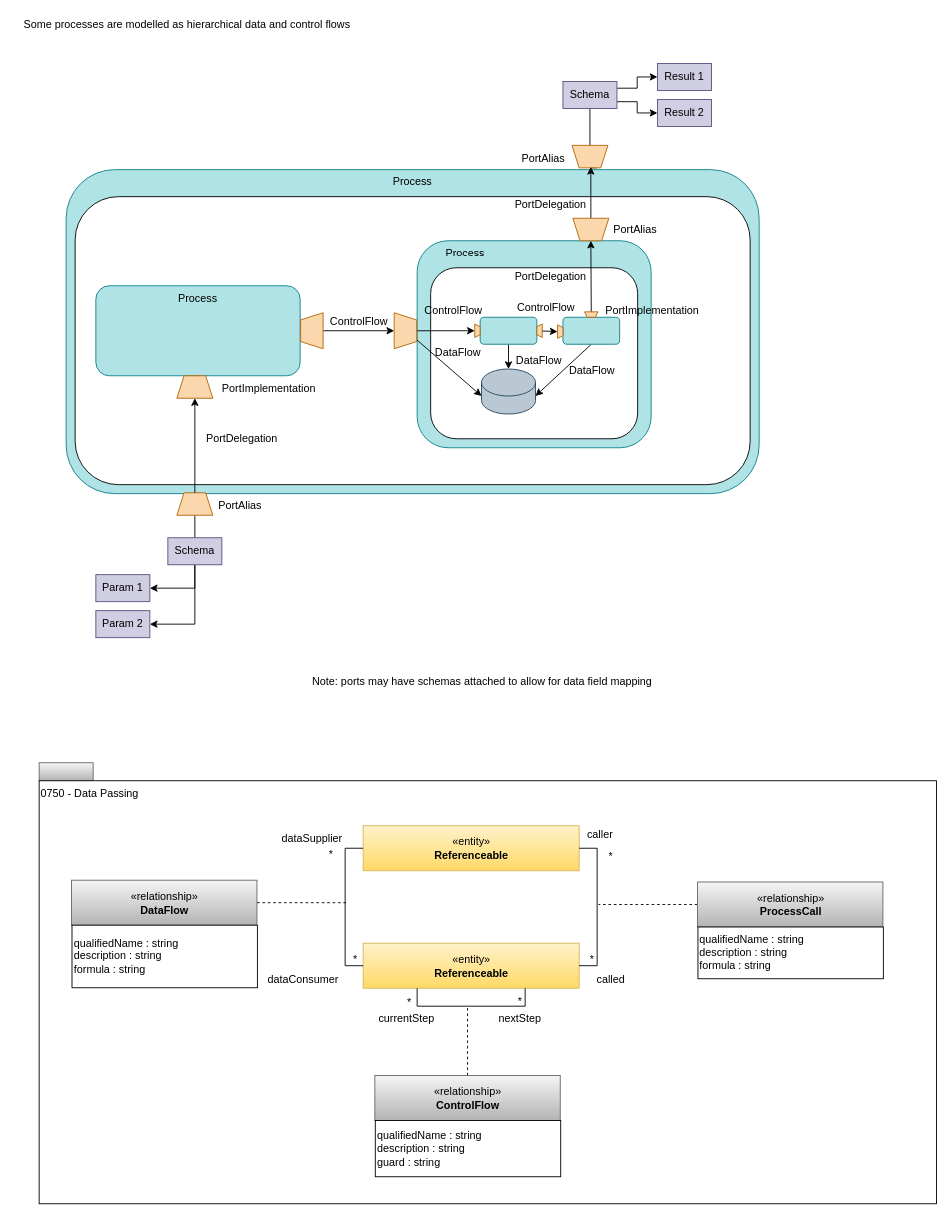
This is page "complex-processes" (5 of 12) of site/docs/features/lineage-management/lineage.drawio from odpi/egeria-docs, a draw.io file, before an edit. Source tidied: cells renumbered, new cells numbered last; positions are measured from the earlier drawing's top-left corner, leaving out a move shared by most shapes. Both pictures are drawn from the tidied source at 90%, with x=0, y=0 at pixel (15, 15).
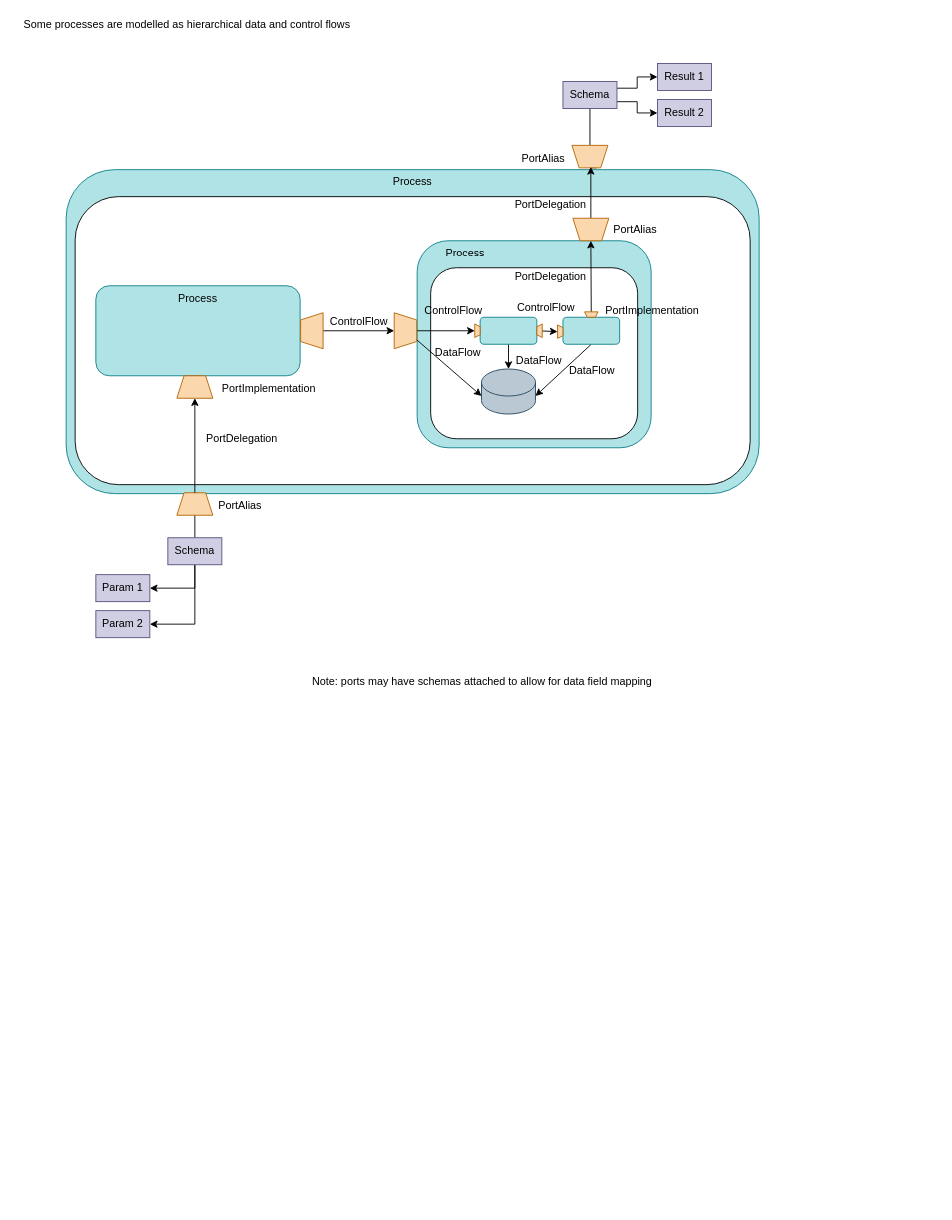
The same diagram, later.

What changed in the source:
```diff
@@
-    <mxCell id="59" style="rounded=0;whiteSpace=wrap;html=1;align=left;fillColor=#f5f5f5;strokeColor=#666666;gradientColor=#b3b3b3;" parent="1" vertex="1">
-      <mxGeometry x="26" y="830" width="60" height="20" as="geometry" />
-    </mxCell>
-    <mxCell id="60" value="0750 - Data Passing" style="rounded=0;whiteSpace=wrap;html=1;align=left;verticalAlign=top;" parent="1" vertex="1">
-      <mxGeometry x="26" y="850" width="997" height="470" as="geometry" />
-    </mxCell>
-    <mxCell id="61" value="«entity»&lt;br&gt;&lt;b&gt;Referenceable&lt;/b&gt;" style="html=1;strokeColor=#d6b656;align=center;fillColor=#fff2cc;gradientColor=#ffd966;" parent="1" vertex="1">
-      <mxGeometry x="386" y="900" width="240" height="50" as="geometry" />
-    </mxCell>
-    <mxCell id="62" style="edgeStyle=orthogonalEdgeStyle;rounded=0;html=1;exitX=1;exitY=0.5;dashed=1;endArrow=none;endFill=0;jettySize=auto;" parent="1" edge="1" source="63">
-      <mxGeometry relative="1" as="geometry">
-        <mxPoint x="368.5" y="985.5" as="targetPoint" />
-      </mxGeometry>
-    </mxCell>
-    <mxCell id="63" value="«relationship»&lt;br&gt;&lt;b&gt;DataFlow&lt;/b&gt;" style="html=1;strokeColor=#666666;align=center;fillColor=#f5f5f5;gradientColor=#b3b3b3;" parent="1" vertex="1">
-      <mxGeometry x="62" y="960.5" width="206" height="50" as="geometry" />
-    </mxCell>
-    <mxCell id="64" value="qualifiedName : string&lt;br&gt;description : string&lt;br&gt;formula : string" style="rounded=0;whiteSpace=wrap;html=1;strokeColor=#000000;gradientColor=#ffffff;align=left;" parent="1" vertex="1">
-      <mxGeometry x="62.5" y="1010.5" width="206" height="69.5" as="geometry" />
-    </mxCell>
-    <mxCell id="65" value="«entity»&lt;br&gt;&lt;b&gt;Referenceable&lt;/b&gt;" style="html=1;strokeColor=#d6b656;align=center;fillColor=#fff2cc;gradientColor=#ffd966;" parent="1" vertex="1">
-      <mxGeometry x="386" y="1030.5" width="240" height="50" as="geometry" />
-    </mxCell>
-    <mxCell id="66" style="edgeStyle=orthogonalEdgeStyle;rounded=0;html=1;exitX=0;exitY=0.5;entryX=0;entryY=0.5;endArrow=none;endFill=0;jettySize=auto;exitDx=0;exitDy=0;" parent="1" edge="1" source="65" target="61">
-      <mxGeometry relative="1" as="geometry" />
-    </mxCell>
-    <mxCell id="67" style="edgeStyle=orthogonalEdgeStyle;rounded=0;html=1;exitX=1;exitY=0.5;entryX=1;entryY=0.5;endArrow=none;endFill=0;jettySize=auto;exitDx=0;exitDy=0;" parent="1" edge="1" source="65" target="61">
-      <mxGeometry relative="1" as="geometry" />
-    </mxCell>
-    <mxCell id="68" style="edgeStyle=orthogonalEdgeStyle;rounded=0;html=1;exitX=0;exitY=0.5;endArrow=none;endFill=0;jettySize=auto;dashed=1;" parent="1" edge="1" source="69">
-      <mxGeometry relative="1" as="geometry">
-        <mxPoint x="647.5" y="987.5" as="targetPoint" />
-      </mxGeometry>
-    </mxCell>
-    <mxCell id="69" value="«relationship»&lt;br&gt;&lt;b&gt;ProcessCall&lt;/b&gt;" style="html=1;strokeColor=#666666;align=center;fillColor=#f5f5f5;gradientColor=#b3b3b3;" parent="1" vertex="1">
-      <mxGeometry x="757.5" y="962.5" width="206" height="50" as="geometry" />
-    </mxCell>
-    <mxCell id="70" value="qualifiedName : string&lt;br&gt;description : string&lt;br&gt;formula : string" style="rounded=0;whiteSpace=wrap;html=1;strokeColor=#000000;gradientColor=#ffffff;align=left;" parent="1" vertex="1">
-      <mxGeometry x="758" y="1012.5" width="206" height="57.5" as="geometry" />
-    </mxCell>
-    <mxCell id="71" value="dataSupplier" style="text;html=1;align=center;verticalAlign=top;spacingTop=-4;" parent="1" vertex="1">
-      <mxGeometry x="289" y="905" width="80" height="20" as="geometry" />
-    </mxCell>
-    <mxCell id="72" value="*" style="text;html=1;align=center;verticalAlign=top;spacingTop=-4;" parent="1" vertex="1">
-      <mxGeometry x="342" y="922" width="15" height="14" as="geometry" />
-    </mxCell>
-    <mxCell id="73" value="*" style="text;html=1;align=center;verticalAlign=top;spacingTop=-4;" parent="1" vertex="1">
-      <mxGeometry x="653.5" y="925" width="15" height="14" as="geometry" />
-    </mxCell>
-    <mxCell id="74" value="*" style="text;html=1;align=center;verticalAlign=top;spacingTop=-4;" parent="1" vertex="1">
-      <mxGeometry x="369" y="1038.5" width="15" height="14" as="geometry" />
-    </mxCell>
-    <mxCell id="75" value="*" style="text;html=1;align=center;verticalAlign=top;spacingTop=-4;" parent="1" vertex="1">
-      <mxGeometry x="632" y="1038.5" width="15" height="14" as="geometry" />
-    </mxCell>
-    <mxCell id="76" value="dataConsumer" style="text;html=1;align=center;verticalAlign=top;spacingTop=-4;" parent="1" vertex="1">
-      <mxGeometry x="274" y="1060.5" width="90" height="20" as="geometry" />
-    </mxCell>
-    <mxCell id="77" value="called" style="text;html=1;align=center;verticalAlign=top;spacingTop=-4;" parent="1" vertex="1">
-      <mxGeometry x="636" y="1060.5" width="50" height="20" as="geometry" />
-    </mxCell>
-    <mxCell id="78" value="caller" style="text;html=1;align=center;verticalAlign=top;spacingTop=-4;" parent="1" vertex="1">
-      <mxGeometry x="628.5" y="900" width="40" height="20" as="geometry" />
-    </mxCell>
-    <mxCell id="79" style="edgeStyle=orthogonalEdgeStyle;rounded=0;orthogonalLoop=1;jettySize=auto;html=1;exitX=0.25;exitY=1;exitDx=0;exitDy=0;entryX=0.75;entryY=1;entryDx=0;entryDy=0;endArrow=none;endFill=0;" parent="1" edge="1" source="65" target="65">
-      <mxGeometry relative="1" as="geometry" />
-    </mxCell>
-    <mxCell id="80" style="edgeStyle=orthogonalEdgeStyle;rounded=0;html=1;exitX=0.5;exitY=0;endArrow=none;endFill=0;jettySize=auto;dashed=1;exitDx=0;exitDy=0;" parent="1" edge="1" source="81">
-      <mxGeometry relative="1" as="geometry">
-        <mxPoint x="502" y="1100" as="targetPoint" />
-      </mxGeometry>
-    </mxCell>
-    <mxCell id="81" value="«relationship»&lt;br&gt;&lt;b&gt;ControlFlow&lt;/b&gt;" style="html=1;strokeColor=#666666;align=center;fillColor=#f5f5f5;gradientColor=#b3b3b3;" parent="1" vertex="1">
-      <mxGeometry x="399" y="1177.5" width="206" height="50" as="geometry" />
-    </mxCell>
-    <mxCell id="82" value="qualifiedName : string&lt;br&gt;description : string&lt;br&gt;guard : string" style="rounded=0;whiteSpace=wrap;html=1;strokeColor=#000000;gradientColor=#ffffff;align=left;" parent="1" vertex="1">
-      <mxGeometry x="399.5" y="1227.5" width="206" height="62.5" as="geometry" />
-    </mxCell>
-    <mxCell id="83" value="*" style="text;html=1;align=center;verticalAlign=top;spacingTop=-4;" parent="1" vertex="1">
-      <mxGeometry x="429" y="1087" width="15" height="14" as="geometry" />
-    </mxCell>
-    <mxCell id="84" value="*" style="text;html=1;align=center;verticalAlign=top;spacingTop=-4;" parent="1" vertex="1">
-      <mxGeometry x="552" y="1086" width="15" height="14" as="geometry" />
-    </mxCell>
-    <mxCell id="85" value="currentStep" style="text;html=1;align=center;verticalAlign=middle;" parent="1" vertex="1">
-      <mxGeometry x="394" y="1105" width="80" height="20" as="geometry" />
-    </mxCell>
-    <mxCell id="86" value="nextStep" style="text;html=1;align=center;verticalAlign=middle;" parent="1" vertex="1">
-      <mxGeometry x="529.5" y="1105" width="60" height="20" as="geometry" />
-    </mxCell>
```
